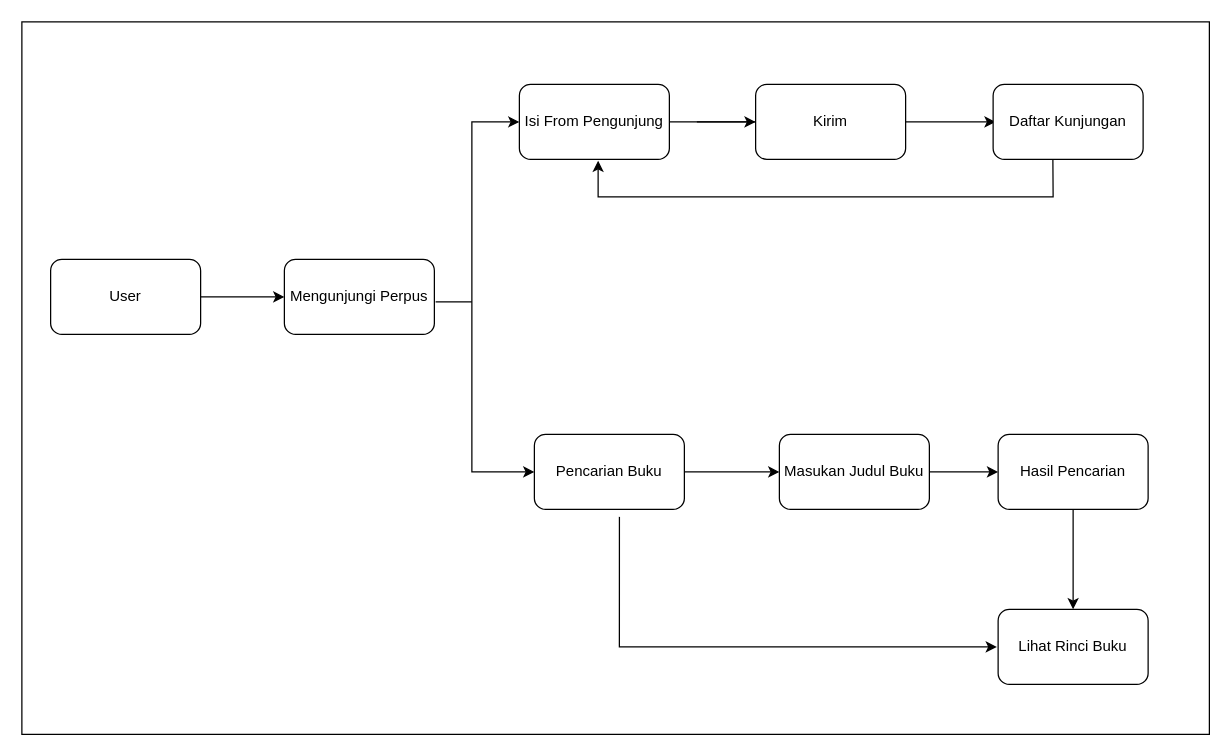
This is Alur-perpus-digital.drawio from ristinuraulia2/Alur-perpus-digital, a draw.io file, before an edit. Source tidied: cells renumbered, new cells numbered last; positions are measured from the earlier drawing's top-left corner, leaving out a move shared by most shapes. Both pictures are drawn from the tidied source at 125%, with x=0, y=0 at pixel (21, 21).
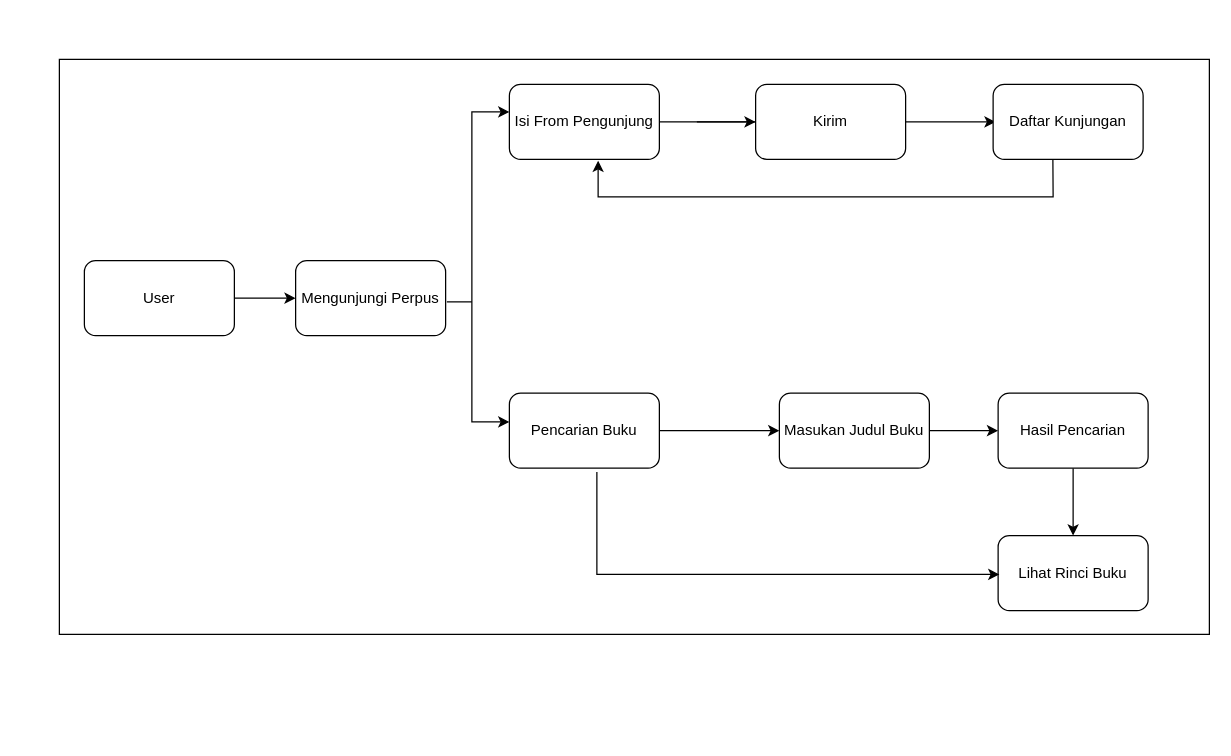
The same diagram, later.

The edit, as a diff of the source:
```diff
@@
     <mxCell id="2" style="rounded=0;whiteSpace=wrap;html=1;" parent="1" vertex="1">
-      <mxGeometry width="950" height="570" as="geometry" />
+      <mxGeometry x="30" y="30" width="920" height="460" as="geometry" />
     </mxCell>
-    <mxCell id="3" style="edgeStyle=orthogonalEdgeStyle;rounded=0;jettySize=auto;html=1;" parent="1" edge="1" source="4" target="5">
-      <mxGeometry relative="1" as="geometry" />
-    </mxCell>
     <mxCell id="4" value="User" style="rounded=1;whiteSpace=wrap;html=1;" parent="1" vertex="1">
-      <mxGeometry x="23" y="190" width="120" height="60" as="geometry" />
+      <mxGeometry x="50" y="191" width="120" height="60" as="geometry" />
     </mxCell>
     <mxCell id="5" value="Mengunjungi Perpus" style="whiteSpace=wrap;html=1;rounded=1;" parent="1" vertex="1">
-      <mxGeometry x="210" y="190" width="120" height="60" as="geometry" />
+      <mxGeometry x="219" y="191" width="120" height="60" as="geometry" />
     </mxCell>
@@
     <mxCell id="7" value="Isi From Pengunjung" style="whiteSpace=wrap;html=1;rounded=1;" parent="1" vertex="1">
-      <mxGeometry x="398" y="50" width="120" height="60" as="geometry" />
+      <mxGeometry x="390" y="50" width="120" height="60" as="geometry" />
     </mxCell>
@@
     <mxCell id="12" value="Pencarian Buku" style="whiteSpace=wrap;html=1;rounded=1;" parent="1" vertex="1">
-      <mxGeometry x="410" y="330" width="120" height="60" as="geometry" />
+      <mxGeometry x="390" y="297" width="120" height="60" as="geometry" />
     </mxCell>
@@
     <mxCell id="14" value="Masukan Judul Buku" style="whiteSpace=wrap;html=1;rounded=1;" parent="1" vertex="1">
-      <mxGeometry x="606" y="330" width="120" height="60" as="geometry" />
+      <mxGeometry x="606" y="297" width="120" height="60" as="geometry" />
     </mxCell>
@@
     <mxCell id="16" value="Hasil Pencarian" style="whiteSpace=wrap;html=1;rounded=1;" parent="1" vertex="1">
-      <mxGeometry x="781" y="330" width="120" height="60" as="geometry" />
+      <mxGeometry x="781" y="297" width="120" height="60" as="geometry" />
     </mxCell>
     <mxCell id="17" value="Lihat Rinci Buku" style="whiteSpace=wrap;html=1;rounded=1;" parent="1" vertex="1">
-      <mxGeometry x="781" y="470" width="120" height="60" as="geometry" />
+      <mxGeometry x="781" y="411" width="120" height="60" as="geometry" />
     </mxCell>
@@
-    <mxCell id="20" style="endArrow=classic;html=1;rounded=0;exitX=0.567;exitY=1.1;exitDx=0;exitDy=0;exitPerimeter=0;" parent="1" edge="1" source="12">
+    <mxCell id="20" style="endArrow=classic;html=1;rounded=0;" parent="1" edge="1">
       <mxGeometry relative="1" as="geometry">
-        <mxPoint x="780" y="500" as="targetPoint" />
+        <mxPoint x="460" y="360" as="sourcePoint" />
+        <mxPoint x="782" y="442" as="targetPoint" />
         <Array as="points">
-          <mxPoint x="478" y="500" />
+          <mxPoint x="460" y="442" />
         </Array>
       </mxGeometry>
     </mxCell>
-    <mxCell id="21" style="endArrow=classic;startArrow=classic;html=1;rounded=0;entryX=0;entryY=0.5;entryDx=0;entryDy=0;exitX=0;exitY=0.5;exitDx=0;exitDy=0;" parent="1" edge="1" source="12" target="7">
+    <mxCell id="21" style="endArrow=classic;startArrow=classic;html=1;rounded=0;entryX=0;entryY=0.5;entryDx=0;entryDy=0;" parent="1" edge="1">
       <mxGeometry relative="1" as="geometry">
+        <mxPoint x="390" y="320" as="sourcePoint" />
+        <mxPoint x="390" y="72" as="targetPoint" />
         <Array as="points">
-          <mxPoint x="360" y="360" />
-          <mxPoint x="360" y="210" />
-          <mxPoint x="360" y="140" />
-          <mxPoint x="360" y="80" />
+          <mxPoint x="360" y="320" />
+          <mxPoint x="360" y="202" />
+          <mxPoint x="360" y="132" />
+          <mxPoint x="360" y="72" />
         </Array>
       </mxGeometry>
     </mxCell>
     <mxCell id="22" style="endArrow=none;html=1;rounded=0;" parent="1" edge="1">
       <mxGeometry relative="1" as="geometry">
-        <mxPoint x="331" y="224" as="sourcePoint" />
+        <mxPoint x="340" y="224" as="sourcePoint" />
         <mxPoint x="360" y="224" as="targetPoint" />
       </mxGeometry>
     </mxCell>
+    <mxCell id="3" style="endArrow=classic;html=1;rounded=0;exitX=1;exitY=0.5;exitDx=0;exitDy=0;entryX=0;entryY=0.5;entryDx=0;entryDy=0;" parent="1" edge="1" source="4" target="5">
+      <mxGeometry relative="1" as="geometry" />
+    </mxCell>
```
